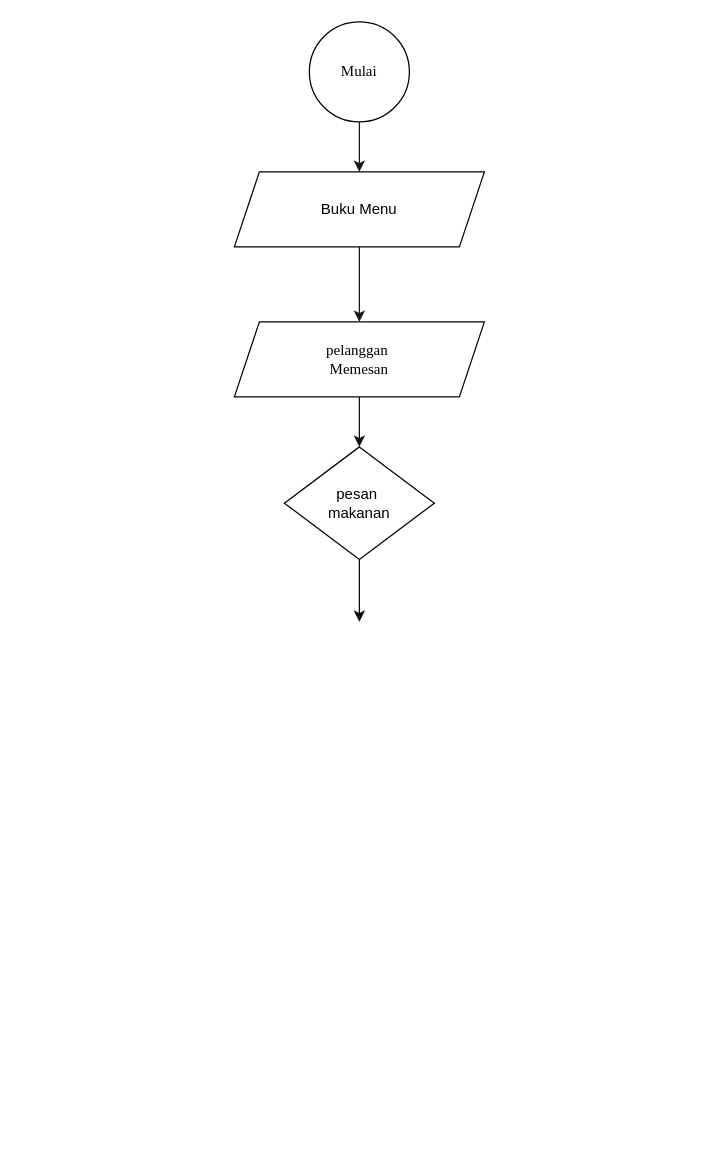
Earlier version of the draw.io diagram flowchart.drawio (Safrizalcahya/Safrizal-Proses-order-makanan-FE3232849). Source tidied: cells renumbered, new cells numbered last; positions are measured from the earlier drawing's top-left corner, leaving out a move shared by most shapes. Both pictures are drawn from the tidied source at 125%, with x=0, y=0 at pixel (234, 21).
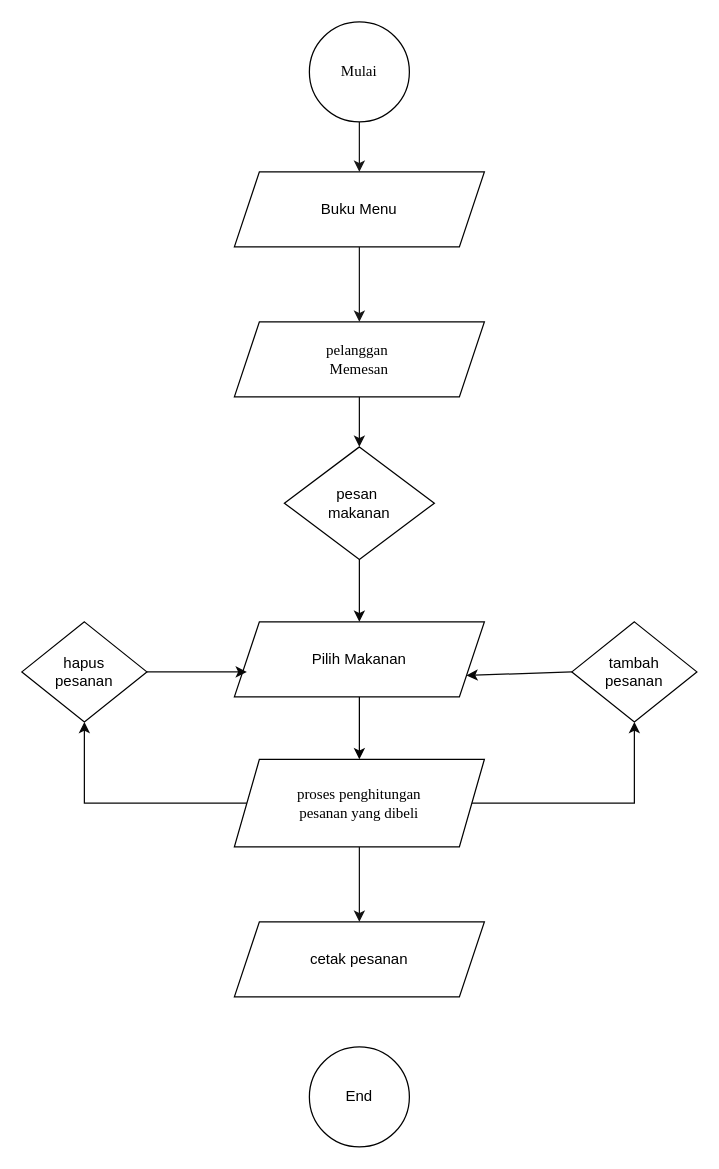
The same page after the edit.

Commit message:
feat: completed simple flowchart.drawio

What changed in the source:
```diff
@@
+    <mxCell id="10" style="endArrow=classic;html=1;rounded=0;exitX=0.5;exitY=1;exitDx=0;exitDy=0;entryX=0.5;entryY=0;entryDx=0;entryDy=0;strokeColor=#121212;" parent="1" edge="1">
+      <mxGeometry relative="1" as="geometry">
+        <mxPoint x="100" y="820" as="sourcePoint" />
+        <mxPoint x="100" y="820" as="targetPoint" />
+      </mxGeometry>
+    </mxCell>
+    <mxCell id="11" value="proses penghitungan&lt;br&gt;pesanan yang dibeli" style="shape=parallelogram;perimeter=parallelogramPerimeter;whiteSpace=wrap;html=1;fixedSize=1;fontFamily=Times New Roman;" parent="1" vertex="1">
+      <mxGeometry y="590" width="200" height="70" as="geometry" />
+    </mxCell>
+    <mxCell id="12" value="End" style="ellipse;whiteSpace=wrap;html=1;" parent="1" vertex="1">
+      <mxGeometry x="60" y="820" width="80" height="80" as="geometry" />
+    </mxCell>
+    <mxCell id="13" value="Pilih Makanan" style="shape=parallelogram;perimeter=parallelogramPerimeter;whiteSpace=wrap;html=1;fixedSize=1;" parent="1" vertex="1">
+      <mxGeometry y="480" width="200" height="60" as="geometry" />
+    </mxCell>
+    <mxCell id="14" style="endArrow=classic;html=1;rounded=0;exitX=0.5;exitY=1;exitDx=0;exitDy=0;entryX=0.5;entryY=0;entryDx=0;entryDy=0;" parent="1" edge="1" source="13" target="11">
+      <mxGeometry relative="1" as="geometry" />
+    </mxCell>
+    <mxCell id="15" style="endArrow=classic;html=1;rounded=0;exitX=0.5;exitY=1;exitDx=0;exitDy=0;entryX=0.5;entryY=0;entryDx=0;entryDy=0;strokeColor=#121212;" parent="1" edge="1" source="11" target="16">
+      <mxGeometry relative="1" as="geometry" />
+    </mxCell>
+    <mxCell id="16" value="cetak pesanan" style="shape=parallelogram;perimeter=parallelogramPerimeter;whiteSpace=wrap;html=1;fixedSize=1;" parent="1" vertex="1">
+      <mxGeometry y="720" width="200" height="60" as="geometry" />
+    </mxCell>
+    <mxCell id="17" value="tambah&lt;br&gt;pesanan" style="rhombus;whiteSpace=wrap;html=1;" parent="1" vertex="1">
+      <mxGeometry x="270" y="480" width="100" height="80" as="geometry" />
+    </mxCell>
+    <mxCell id="18" value="hapus&lt;br&gt;pesanan" style="rhombus;whiteSpace=wrap;html=1;" parent="1" vertex="1">
+      <mxGeometry x="-170" y="480" width="100" height="80" as="geometry" />
+    </mxCell>
+    <mxCell id="19" style="endArrow=classic;html=1;rounded=0;exitX=1;exitY=0.5;exitDx=0;exitDy=0;strokeColor=#080808;" parent="1" edge="1" source="18">
+      <mxGeometry relative="1" as="geometry">
+        <mxPoint x="10" y="520" as="targetPoint" />
+      </mxGeometry>
+    </mxCell>
+    <mxCell id="20" style="endArrow=classic;html=1;rounded=0;exitX=0;exitY=0.5;exitDx=0;exitDy=0;entryX=1;entryY=0.75;entryDx=0;entryDy=0;strokeColor=#080808;" parent="1" edge="1" source="17" target="13">
+      <mxGeometry relative="1" as="geometry" />
+    </mxCell>
+    <mxCell id="21" style="endArrow=classic;html=1;rounded=0;entryX=0.5;entryY=1;entryDx=0;entryDy=0;exitX=1;exitY=0.5;exitDx=0;exitDy=0;strokeColor=#080808;" parent="1" edge="1" source="11" target="17">
+      <mxGeometry relative="1" as="geometry">
+        <Array as="points">
+          <mxPoint x="320" y="625" />
+        </Array>
+      </mxGeometry>
+    </mxCell>
+    <mxCell id="22" style="endArrow=classic;html=1;rounded=0;exitX=0;exitY=0.5;exitDx=0;exitDy=0;entryX=0.5;entryY=1;entryDx=0;entryDy=0;strokeColor=#080808;" parent="1" edge="1" source="11" target="18">
+      <mxGeometry relative="1" as="geometry">
+        <Array as="points">
+          <mxPoint x="-120" y="625" />
+        </Array>
+      </mxGeometry>
+    </mxCell>
```
